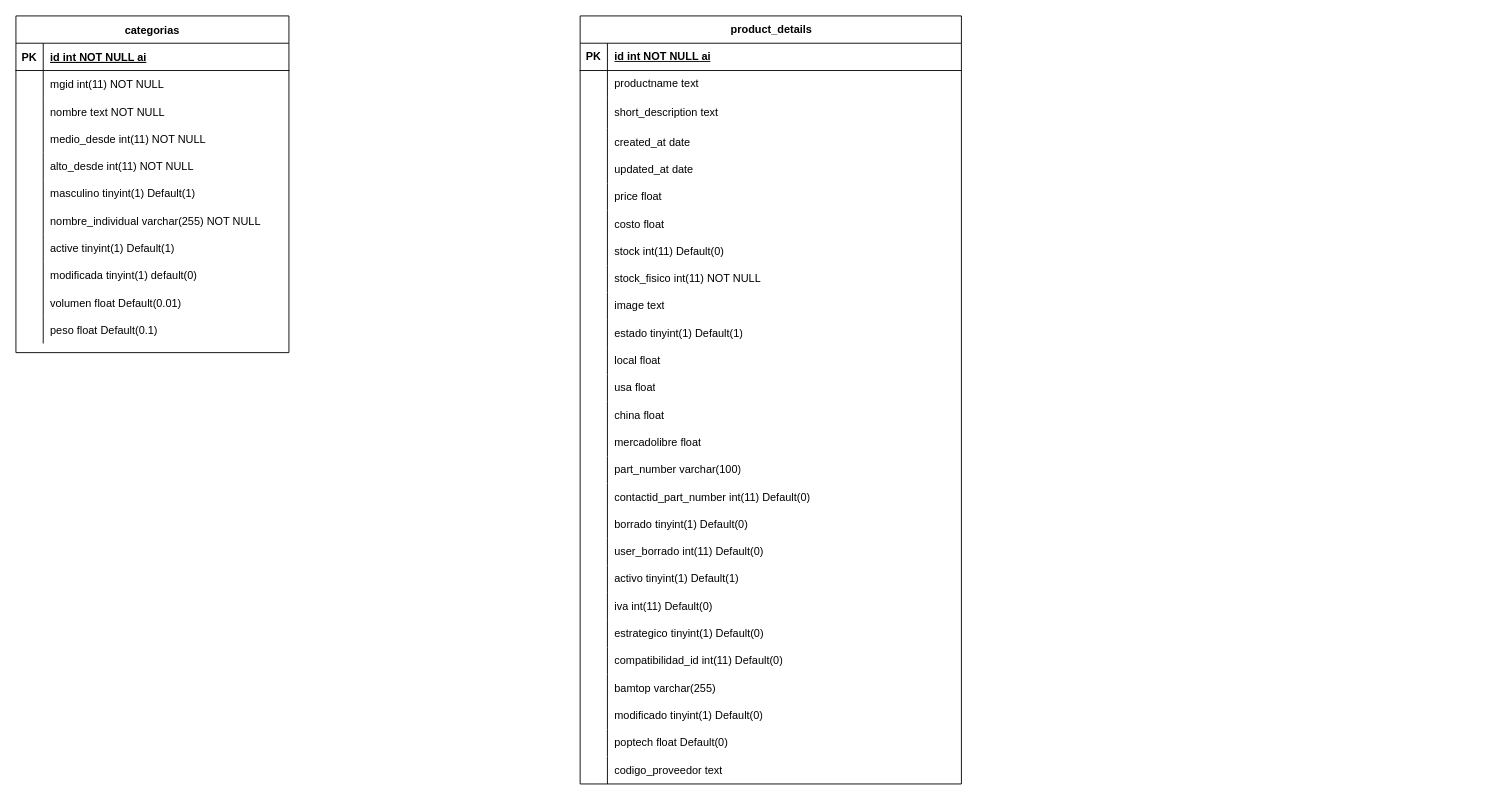
Earlier version of the draw.io diagram poptech.drawio (DarioEB/diagramas). Source tidied: cells renumbered, new cells numbered last; positions are measured from the earlier drawing's top-left corner, leaving out a move shared by most shapes. Both pictures are drawn from the tidied source at 91%, with x=0, y=0 at pixel (15, 15).
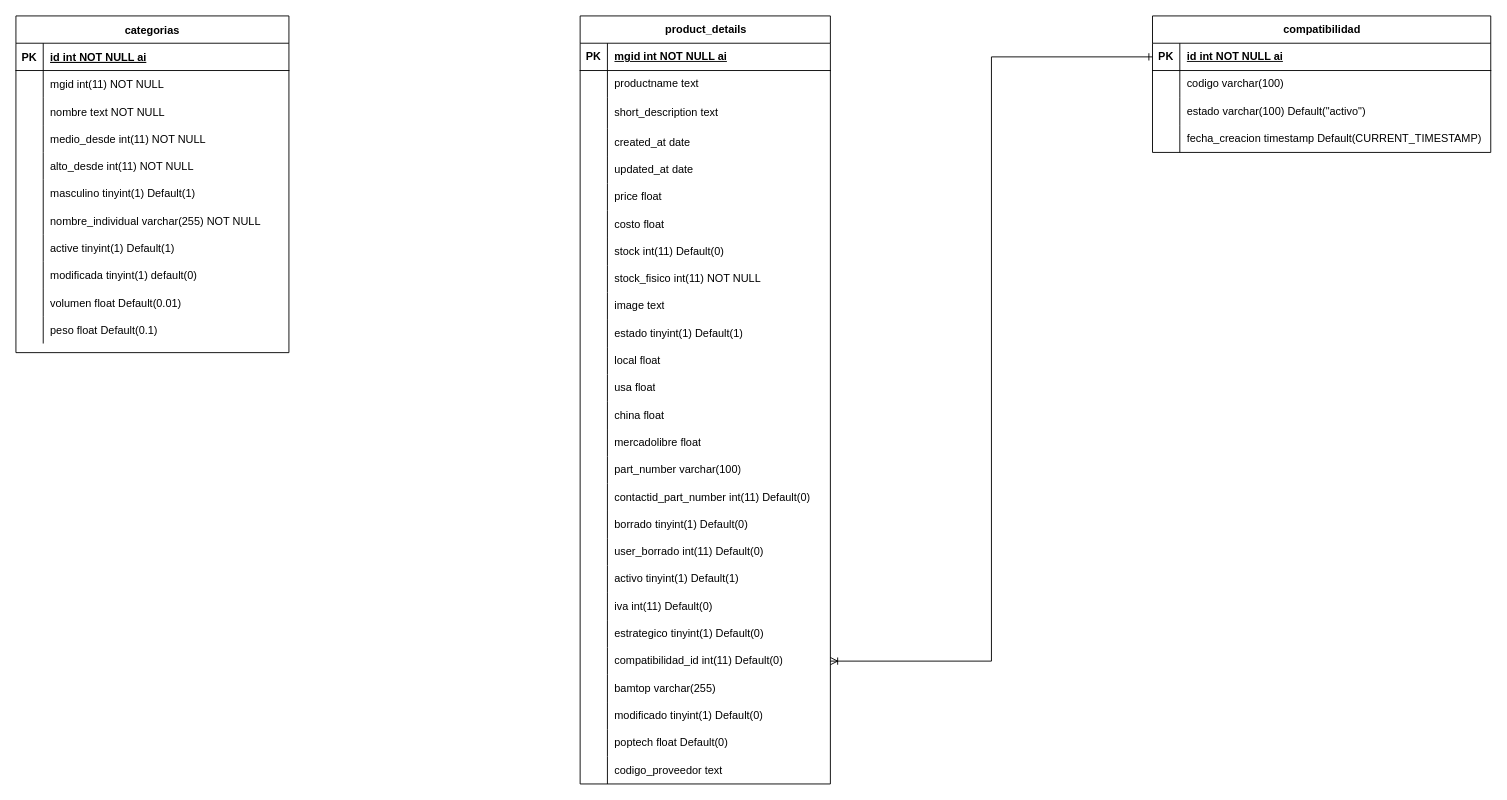
The same page after the edit.

What changed in the source:
```diff
@@
     <mxCell id="36" value="product_details" style="shape=table;startSize=30;childLayout=tableLayout;rowLines=0;fontStyle=1;align=center;html=1;" parent="1" vertex="1">
-      <mxGeometry x="620" width="419" height="844" as="geometry" />
+      <mxGeometry x="620" width="275" height="844" as="geometry" />
     </mxCell>
     <mxCell id="37" style="shape=tableRow;horizontal=0;startSize=0;swimlaneHead=0;swimlaneBody=0;fillColor=none;top=0;left=0;right=0;bottom=1;" parent="36" vertex="1">
-      <mxGeometry y="30" width="419" height="30" as="geometry" />
+      <mxGeometry y="30" width="275" height="30" as="geometry" />
     </mxCell>
@@
-    <mxCell id="39" value="id int NOT NULL ai" style="shape=partialRectangle;fillColor=none;top=0;left=0;bottom=0;right=0;align=left;spacingLeft=6;fontStyle=5;overflow=hidden;whiteSpace=wrap;html=1;" parent="37" vertex="1">
-      <mxGeometry x="30" width="389" height="30" as="geometry" />
+    <mxCell id="39" value="mgid int NOT NULL ai" style="shape=partialRectangle;fillColor=none;top=0;left=0;bottom=0;right=0;align=left;spacingLeft=6;fontStyle=5;overflow=hidden;whiteSpace=wrap;html=1;" parent="37" vertex="1">
+      <mxGeometry x="30" width="245" height="30" as="geometry" />
     </mxCell>
     <mxCell id="40" style="shape=tableRow;horizontal=0;startSize=0;swimlaneHead=0;swimlaneBody=0;fillColor=none;top=0;left=0;right=0;bottom=0;" parent="36" vertex="1">
-      <mxGeometry y="60" width="419" height="30" as="geometry" />
+      <mxGeometry y="60" width="275" height="30" as="geometry" />
     </mxCell>
@@
     <mxCell id="42" value="productname text" style="shape=partialRectangle;fillColor=none;top=0;left=0;bottom=0;right=0;align=left;spacingLeft=6;overflow=hidden;whiteSpace=wrap;html=1;" parent="40" vertex="1">
-      <mxGeometry x="30" width="389" height="30" as="geometry" />
+      <mxGeometry x="30" width="245" height="30" as="geometry" />
     </mxCell>
     <mxCell id="43" style="shape=tableRow;horizontal=0;startSize=0;swimlaneHead=0;swimlaneBody=0;fillColor=none;top=0;left=0;right=0;bottom=0;" parent="36" vertex="1">
-      <mxGeometry y="90" width="419" height="34" as="geometry" />
+      <mxGeometry y="90" width="275" height="34" as="geometry" />
     </mxCell>
@@
     <mxCell id="45" value="short_description text" style="shape=partialRectangle;fillColor=none;top=0;left=0;bottom=0;right=0;align=left;spacingLeft=6;overflow=hidden;whiteSpace=wrap;html=1;" parent="43" vertex="1">
-      <mxGeometry x="30" width="389" height="34" as="geometry" />
+      <mxGeometry x="30" width="245" height="34" as="geometry" />
     </mxCell>
     <mxCell id="46" style="shape=tableRow;horizontal=0;startSize=0;swimlaneHead=0;swimlaneBody=0;fillColor=none;top=0;left=0;right=0;bottom=0;" parent="36" vertex="1">
-      <mxGeometry y="124" width="419" height="30" as="geometry" />
+      <mxGeometry y="124" width="275" height="30" as="geometry" />
     </mxCell>
@@
     <mxCell id="48" value="created_at date&amp;nbsp;" style="shape=partialRectangle;fillColor=none;top=0;left=0;bottom=0;right=0;align=left;spacingLeft=6;overflow=hidden;whiteSpace=wrap;html=1;" parent="46" vertex="1">
-      <mxGeometry x="30" width="389" height="30" as="geometry" />
+      <mxGeometry x="30" width="245" height="30" as="geometry" />
     </mxCell>
     <mxCell id="49" style="shape=tableRow;horizontal=0;startSize=0;swimlaneHead=0;swimlaneBody=0;fillColor=none;top=0;left=0;right=0;bottom=0;" parent="36" vertex="1">
-      <mxGeometry y="154" width="419" height="30" as="geometry" />
+      <mxGeometry y="154" width="275" height="30" as="geometry" />
     </mxCell>
@@
     <mxCell id="51" value="updated_at date&amp;nbsp;" style="shape=partialRectangle;fillColor=none;top=0;left=0;bottom=0;right=0;align=left;spacingLeft=6;overflow=hidden;whiteSpace=wrap;html=1;" parent="49" vertex="1">
-      <mxGeometry x="30" width="389" height="30" as="geometry" />
+      <mxGeometry x="30" width="245" height="30" as="geometry" />
     </mxCell>
     <mxCell id="52" style="shape=tableRow;horizontal=0;startSize=0;swimlaneHead=0;swimlaneBody=0;fillColor=none;top=0;left=0;right=0;bottom=0;" parent="36" vertex="1">
-      <mxGeometry y="184" width="419" height="30" as="geometry" />
+      <mxGeometry y="184" width="275" height="30" as="geometry" />
     </mxCell>
@@
     <mxCell id="54" value="price float&amp;nbsp;" style="shape=partialRectangle;fillColor=none;top=0;left=0;bottom=0;right=0;align=left;spacingLeft=6;overflow=hidden;whiteSpace=wrap;html=1;" parent="52" vertex="1">
-      <mxGeometry x="30" width="389" height="30" as="geometry" />
+      <mxGeometry x="30" width="245" height="30" as="geometry" />
     </mxCell>
     <mxCell id="55" style="shape=tableRow;horizontal=0;startSize=0;swimlaneHead=0;swimlaneBody=0;fillColor=none;top=0;left=0;right=0;bottom=0;" parent="36" vertex="1">
-      <mxGeometry y="214" width="419" height="30" as="geometry" />
+      <mxGeometry y="214" width="275" height="30" as="geometry" />
     </mxCell>
@@
     <mxCell id="57" value="costo float" style="shape=partialRectangle;fillColor=none;top=0;left=0;bottom=0;right=0;align=left;spacingLeft=6;overflow=hidden;whiteSpace=wrap;html=1;" parent="55" vertex="1">
-      <mxGeometry x="30" width="389" height="30" as="geometry" />
+      <mxGeometry x="30" width="245" height="30" as="geometry" />
     </mxCell>
     <mxCell id="58" style="shape=tableRow;horizontal=0;startSize=0;swimlaneHead=0;swimlaneBody=0;fillColor=none;top=0;left=0;right=0;bottom=0;" parent="36" vertex="1">
-      <mxGeometry y="244" width="419" height="30" as="geometry" />
+      <mxGeometry y="244" width="275" height="30" as="geometry" />
     </mxCell>
@@
     <mxCell id="60" value="stock int(11) Default(0)" style="shape=partialRectangle;fillColor=none;top=0;left=0;bottom=0;right=0;align=left;spacingLeft=6;overflow=hidden;whiteSpace=wrap;html=1;" parent="58" vertex="1">
-      <mxGeometry x="30" width="389" height="30" as="geometry" />
+      <mxGeometry x="30" width="245" height="30" as="geometry" />
     </mxCell>
     <mxCell id="61" style="shape=tableRow;horizontal=0;startSize=0;swimlaneHead=0;swimlaneBody=0;fillColor=none;top=0;left=0;right=0;bottom=0;" parent="36" vertex="1">
-      <mxGeometry y="274" width="419" height="30" as="geometry" />
+      <mxGeometry y="274" width="275" height="30" as="geometry" />
     </mxCell>
@@
     <mxCell id="63" value="stock_fisico int(11) NOT NULL" style="shape=partialRectangle;fillColor=none;top=0;left=0;bottom=0;right=0;align=left;spacingLeft=6;overflow=hidden;whiteSpace=wrap;html=1;" parent="61" vertex="1">
-      <mxGeometry x="30" width="389" height="30" as="geometry" />
+      <mxGeometry x="30" width="245" height="30" as="geometry" />
     </mxCell>
     <mxCell id="64" style="shape=tableRow;horizontal=0;startSize=0;swimlaneHead=0;swimlaneBody=0;fillColor=none;top=0;left=0;right=0;bottom=0;" parent="36" vertex="1">
-      <mxGeometry y="304" width="419" height="30" as="geometry" />
+      <mxGeometry y="304" width="275" height="30" as="geometry" />
     </mxCell>
@@
     <mxCell id="66" value="image text" style="shape=partialRectangle;fillColor=none;top=0;left=0;bottom=0;right=0;align=left;spacingLeft=6;overflow=hidden;whiteSpace=wrap;html=1;" parent="64" vertex="1">
-      <mxGeometry x="30" width="389" height="30" as="geometry" />
+      <mxGeometry x="30" width="245" height="30" as="geometry" />
     </mxCell>
     <mxCell id="67" style="shape=tableRow;horizontal=0;startSize=0;swimlaneHead=0;swimlaneBody=0;fillColor=none;top=0;left=0;right=0;bottom=0;" parent="36" vertex="1">
-      <mxGeometry y="334" width="419" height="30" as="geometry" />
+      <mxGeometry y="334" width="275" height="30" as="geometry" />
     </mxCell>
@@
     <mxCell id="69" value="estado tinyint(1) Default(1)" style="shape=partialRectangle;fillColor=none;top=0;left=0;bottom=0;right=0;align=left;spacingLeft=6;overflow=hidden;whiteSpace=wrap;html=1;" parent="67" vertex="1">
-      <mxGeometry x="30" width="389" height="30" as="geometry" />
+      <mxGeometry x="30" width="245" height="30" as="geometry" />
     </mxCell>
     <mxCell id="70" style="shape=tableRow;horizontal=0;startSize=0;swimlaneHead=0;swimlaneBody=0;fillColor=none;top=0;left=0;right=0;bottom=0;" parent="36" vertex="1">
-      <mxGeometry y="364" width="419" height="30" as="geometry" />
+      <mxGeometry y="364" width="275" height="30" as="geometry" />
     </mxCell>
@@
     <mxCell id="72" value="local float" style="shape=partialRectangle;fillColor=none;top=0;left=0;bottom=0;right=0;align=left;spacingLeft=6;overflow=hidden;whiteSpace=wrap;html=1;" parent="70" vertex="1">
-      <mxGeometry x="30" width="389" height="30" as="geometry" />
+      <mxGeometry x="30" width="245" height="30" as="geometry" />
     </mxCell>
     <mxCell id="73" style="shape=tableRow;horizontal=0;startSize=0;swimlaneHead=0;swimlaneBody=0;fillColor=none;top=0;left=0;right=0;bottom=0;" parent="36" vertex="1">
-      <mxGeometry y="394" width="419" height="30" as="geometry" />
+      <mxGeometry y="394" width="275" height="30" as="geometry" />
     </mxCell>
@@
     <mxCell id="75" value="usa float" style="shape=partialRectangle;fillColor=none;top=0;left=0;bottom=0;right=0;align=left;spacingLeft=6;overflow=hidden;whiteSpace=wrap;html=1;" parent="73" vertex="1">
-      <mxGeometry x="30" width="389" height="30" as="geometry" />
+      <mxGeometry x="30" width="245" height="30" as="geometry" />
     </mxCell>
     <mxCell id="76" style="shape=tableRow;horizontal=0;startSize=0;swimlaneHead=0;swimlaneBody=0;fillColor=none;top=0;left=0;right=0;bottom=0;" parent="36" vertex="1">
-      <mxGeometry y="424" width="419" height="30" as="geometry" />
+      <mxGeometry y="424" width="275" height="30" as="geometry" />
     </mxCell>
@@
     <mxCell id="78" value="china float" style="shape=partialRectangle;fillColor=none;top=0;left=0;bottom=0;right=0;align=left;spacingLeft=6;overflow=hidden;whiteSpace=wrap;html=1;" parent="76" vertex="1">
-      <mxGeometry x="30" width="389" height="30" as="geometry" />
+      <mxGeometry x="30" width="245" height="30" as="geometry" />
     </mxCell>
     <mxCell id="79" style="shape=tableRow;horizontal=0;startSize=0;swimlaneHead=0;swimlaneBody=0;fillColor=none;top=0;left=0;right=0;bottom=0;" parent="36" vertex="1">
-      <mxGeometry y="454" width="419" height="30" as="geometry" />
+      <mxGeometry y="454" width="275" height="30" as="geometry" />
     </mxCell>
@@
     <mxCell id="81" value="mercadolibre float" style="shape=partialRectangle;fillColor=none;top=0;left=0;bottom=0;right=0;align=left;spacingLeft=6;overflow=hidden;whiteSpace=wrap;html=1;" parent="79" vertex="1">
-      <mxGeometry x="30" width="389" height="30" as="geometry" />
+      <mxGeometry x="30" width="245" height="30" as="geometry" />
     </mxCell>
     <mxCell id="82" style="shape=tableRow;horizontal=0;startSize=0;swimlaneHead=0;swimlaneBody=0;fillColor=none;top=0;left=0;right=0;bottom=0;" parent="36" vertex="1">
-      <mxGeometry y="484" width="419" height="30" as="geometry" />
+      <mxGeometry y="484" width="275" height="30" as="geometry" />
     </mxCell>
@@
     <mxCell id="84" value="part_number varchar(100)" style="shape=partialRectangle;fillColor=none;top=0;left=0;bottom=0;right=0;align=left;spacingLeft=6;overflow=hidden;whiteSpace=wrap;html=1;" parent="82" vertex="1">
-      <mxGeometry x="30" width="389" height="30" as="geometry" />
+      <mxGeometry x="30" width="245" height="30" as="geometry" />
     </mxCell>
     <mxCell id="85" style="shape=tableRow;horizontal=0;startSize=0;swimlaneHead=0;swimlaneBody=0;fillColor=none;top=0;left=0;right=0;bottom=0;" parent="36" vertex="1">
-      <mxGeometry y="514" width="419" height="30" as="geometry" />
+      <mxGeometry y="514" width="275" height="30" as="geometry" />
     </mxCell>
@@
     <mxCell id="87" value="contactid_part_number int(11) Default(0)" style="shape=partialRectangle;fillColor=none;top=0;left=0;bottom=0;right=0;align=left;spacingLeft=6;overflow=hidden;whiteSpace=wrap;html=1;" parent="85" vertex="1">
-      <mxGeometry x="30" width="389" height="30" as="geometry" />
+      <mxGeometry x="30" width="245" height="30" as="geometry" />
     </mxCell>
     <mxCell id="88" style="shape=tableRow;horizontal=0;startSize=0;swimlaneHead=0;swimlaneBody=0;fillColor=none;top=0;left=0;right=0;bottom=0;" parent="36" vertex="1">
-      <mxGeometry y="544" width="419" height="30" as="geometry" />
+      <mxGeometry y="544" width="275" height="30" as="geometry" />
     </mxCell>
@@
     <mxCell id="90" value="borrado tinyint(1) Default(0)" style="shape=partialRectangle;fillColor=none;top=0;left=0;bottom=0;right=0;align=left;spacingLeft=6;overflow=hidden;whiteSpace=wrap;html=1;" parent="88" vertex="1">
-      <mxGeometry x="30" width="389" height="30" as="geometry" />
+      <mxGeometry x="30" width="245" height="30" as="geometry" />
     </mxCell>
     <mxCell id="91" style="shape=tableRow;horizontal=0;startSize=0;swimlaneHead=0;swimlaneBody=0;fillColor=none;top=0;left=0;right=0;bottom=0;" parent="36" vertex="1">
-      <mxGeometry y="574" width="419" height="30" as="geometry" />
+      <mxGeometry y="574" width="275" height="30" as="geometry" />
     </mxCell>
@@
     <mxCell id="93" value="user_borrado int(11) Default(0)" style="shape=partialRectangle;fillColor=none;top=0;left=0;bottom=0;right=0;align=left;spacingLeft=6;overflow=hidden;whiteSpace=wrap;html=1;" parent="91" vertex="1">
-      <mxGeometry x="30" width="389" height="30" as="geometry" />
+      <mxGeometry x="30" width="245" height="30" as="geometry" />
     </mxCell>
     <mxCell id="94" style="shape=tableRow;horizontal=0;startSize=0;swimlaneHead=0;swimlaneBody=0;fillColor=none;top=0;left=0;right=0;bottom=0;" parent="36" vertex="1">
-      <mxGeometry y="604" width="419" height="30" as="geometry" />
+      <mxGeometry y="604" width="275" height="30" as="geometry" />
     </mxCell>
@@
     <mxCell id="96" value="activo tinyint(1) Default(1)" style="shape=partialRectangle;fillColor=none;top=0;left=0;bottom=0;right=0;align=left;spacingLeft=6;overflow=hidden;whiteSpace=wrap;html=1;" parent="94" vertex="1">
-      <mxGeometry x="30" width="389" height="30" as="geometry" />
+      <mxGeometry x="30" width="245" height="30" as="geometry" />
     </mxCell>
     <mxCell id="97" style="shape=tableRow;horizontal=0;startSize=0;swimlaneHead=0;swimlaneBody=0;fillColor=none;top=0;left=0;right=0;bottom=0;" parent="36" vertex="1">
-      <mxGeometry y="634" width="419" height="30" as="geometry" />
+      <mxGeometry y="634" width="275" height="30" as="geometry" />
     </mxCell>
@@
     <mxCell id="99" value="iva int(11) Default(0)" style="shape=partialRectangle;fillColor=none;top=0;left=0;bottom=0;right=0;align=left;spacingLeft=6;overflow=hidden;whiteSpace=wrap;html=1;" parent="97" vertex="1">
-      <mxGeometry x="30" width="389" height="30" as="geometry" />
+      <mxGeometry x="30" width="245" height="30" as="geometry" />
     </mxCell>
     <mxCell id="100" style="shape=tableRow;horizontal=0;startSize=0;swimlaneHead=0;swimlaneBody=0;fillColor=none;top=0;left=0;right=0;bottom=0;" parent="36" vertex="1">
-      <mxGeometry y="664" width="419" height="30" as="geometry" />
+      <mxGeometry y="664" width="275" height="30" as="geometry" />
     </mxCell>
@@
     <mxCell id="102" value="estrategico tinyint(1) Default(0)" style="shape=partialRectangle;fillColor=none;top=0;left=0;bottom=0;right=0;align=left;spacingLeft=6;overflow=hidden;whiteSpace=wrap;html=1;" parent="100" vertex="1">
-      <mxGeometry x="30" width="389" height="30" as="geometry" />
+      <mxGeometry x="30" width="245" height="30" as="geometry" />
     </mxCell>
     <mxCell id="103" style="shape=tableRow;horizontal=0;startSize=0;swimlaneHead=0;swimlaneBody=0;fillColor=none;points=[[0,0.5],[1,0.5]];portConstraint=eastwest;top=0;left=0;right=0;bottom=0;" parent="36" vertex="1">
-      <mxGeometry y="694" width="419" height="30" as="geometry" />
+      <mxGeometry y="694" width="275" height="30" as="geometry" />
     </mxCell>
@@
     <mxCell id="105" value="compatibilidad_id int(11) Default(0)" style="shape=partialRectangle;fillColor=none;top=0;left=0;bottom=0;right=0;align=left;spacingLeft=6;overflow=hidden;whiteSpace=wrap;html=1;" parent="103" vertex="1">
-      <mxGeometry x="30" width="389" height="30" as="geometry" />
+      <mxGeometry x="30" width="245" height="30" as="geometry" />
     </mxCell>
     <mxCell id="106" style="shape=tableRow;horizontal=0;startSize=0;swimlaneHead=0;swimlaneBody=0;fillColor=none;top=0;left=0;right=0;bottom=0;" parent="36" vertex="1">
-      <mxGeometry y="724" width="419" height="30" as="geometry" />
+      <mxGeometry y="724" width="275" height="30" as="geometry" />
     </mxCell>
@@
     <mxCell id="108" value="bamtop varchar(255)" style="shape=partialRectangle;fillColor=none;top=0;left=0;bottom=0;right=0;align=left;spacingLeft=6;overflow=hidden;whiteSpace=wrap;html=1;" parent="106" vertex="1">
-      <mxGeometry x="30" width="389" height="30" as="geometry" />
+      <mxGeometry x="30" width="245" height="30" as="geometry" />
     </mxCell>
     <mxCell id="109" style="shape=tableRow;horizontal=0;startSize=0;swimlaneHead=0;swimlaneBody=0;fillColor=none;top=0;left=0;right=0;bottom=0;" parent="36" vertex="1">
-      <mxGeometry y="754" width="419" height="30" as="geometry" />
+      <mxGeometry y="754" width="275" height="30" as="geometry" />
     </mxCell>
@@
     <mxCell id="111" value="modificado tinyint(1) Default(0)" style="shape=partialRectangle;fillColor=none;top=0;left=0;bottom=0;right=0;align=left;spacingLeft=6;overflow=hidden;whiteSpace=wrap;html=1;" parent="109" vertex="1">
-      <mxGeometry x="30" width="389" height="30" as="geometry" />
+      <mxGeometry x="30" width="245" height="30" as="geometry" />
     </mxCell>
     <mxCell id="112" style="shape=tableRow;horizontal=0;startSize=0;swimlaneHead=0;swimlaneBody=0;fillColor=none;top=0;left=0;right=0;bottom=0;" parent="36" vertex="1">
-      <mxGeometry y="784" width="419" height="30" as="geometry" />
+      <mxGeometry y="784" width="275" height="30" as="geometry" />
     </mxCell>
@@
     <mxCell id="114" value="poptech float Default(0)" style="shape=partialRectangle;fillColor=none;top=0;left=0;bottom=0;right=0;align=left;spacingLeft=6;overflow=hidden;whiteSpace=wrap;html=1;" parent="112" vertex="1">
-      <mxGeometry x="30" width="389" height="30" as="geometry" />
+      <mxGeometry x="30" width="245" height="30" as="geometry" />
     </mxCell>
     <mxCell id="115" style="shape=tableRow;horizontal=0;startSize=0;swimlaneHead=0;swimlaneBody=0;fillColor=none;top=0;left=0;right=0;bottom=0;" parent="36" vertex="1">
-      <mxGeometry y="814" width="419" height="30" as="geometry" />
+      <mxGeometry y="814" width="275" height="30" as="geometry" />
     </mxCell>
@@
     <mxCell id="117" value="codigo_proveedor text" style="shape=partialRectangle;fillColor=none;top=0;left=0;bottom=0;right=0;align=left;spacingLeft=6;overflow=hidden;whiteSpace=wrap;html=1;" parent="115" vertex="1">
-      <mxGeometry x="30" width="389" height="30" as="geometry" />
+      <mxGeometry x="30" width="245" height="30" as="geometry" />
     </mxCell>
+    <mxCell id="118" value="compatibilidad" style="shape=table;startSize=30;childLayout=tableLayout;rowLines=0;fontStyle=1;align=center;html=1;" parent="1" vertex="1">
+      <mxGeometry x="1249" width="371.7" height="150" as="geometry" />
+    </mxCell>
+    <mxCell id="119" style="shape=tableRow;horizontal=0;startSize=0;swimlaneHead=0;swimlaneBody=0;fillColor=none;points=[[0,0.5],[1,0.5]];portConstraint=eastwest;top=0;left=0;right=0;bottom=1;" parent="118" vertex="1">
+      <mxGeometry y="30" width="371.7" height="30" as="geometry" />
+    </mxCell>
+    <mxCell id="120" value="PK" style="shape=partialRectangle;fillColor=none;top=0;left=0;bottom=0;right=0;fontStyle=1;overflow=hidden;whiteSpace=wrap;html=1;" parent="119" vertex="1">
+      <mxGeometry width="30" height="30" as="geometry" />
+    </mxCell>
+    <mxCell id="121" value="id int NOT NULL ai" style="shape=partialRectangle;fillColor=none;top=0;left=0;bottom=0;right=0;align=left;spacingLeft=6;fontStyle=5;overflow=hidden;whiteSpace=wrap;html=1;" parent="119" vertex="1">
+      <mxGeometry x="30" width="341.7" height="30" as="geometry" />
+    </mxCell>
+    <mxCell id="122" style="shape=tableRow;horizontal=0;startSize=0;swimlaneHead=0;swimlaneBody=0;fillColor=none;top=0;left=0;right=0;bottom=0;" parent="118" vertex="1">
+      <mxGeometry y="60" width="371.7" height="30" as="geometry" />
+    </mxCell>
+    <mxCell id="123" style="shape=partialRectangle;fillColor=none;top=0;left=0;bottom=0;right=0;overflow=hidden;whiteSpace=wrap;html=1;" parent="122" vertex="1">
+      <mxGeometry width="30" height="30" as="geometry" />
+    </mxCell>
+    <mxCell id="124" value="codigo varchar(100)" style="shape=partialRectangle;fillColor=none;top=0;left=0;bottom=0;right=0;align=left;spacingLeft=6;overflow=hidden;whiteSpace=wrap;html=1;" parent="122" vertex="1">
+      <mxGeometry x="30" width="341.7" height="30" as="geometry" />
+    </mxCell>
+    <mxCell id="125" style="shape=tableRow;horizontal=0;startSize=0;swimlaneHead=0;swimlaneBody=0;fillColor=none;top=0;left=0;right=0;bottom=0;" parent="118" vertex="1">
+      <mxGeometry y="90" width="371.7" height="30" as="geometry" />
+    </mxCell>
+    <mxCell id="126" style="shape=partialRectangle;fillColor=none;top=0;left=0;bottom=0;right=0;overflow=hidden;whiteSpace=wrap;html=1;" parent="125" vertex="1">
+      <mxGeometry width="30" height="30" as="geometry" />
+    </mxCell>
+    <mxCell id="127" value="estado varchar(100) Default(&quot;activo&quot;)" style="shape=partialRectangle;fillColor=none;top=0;left=0;bottom=0;right=0;align=left;spacingLeft=6;overflow=hidden;whiteSpace=wrap;html=1;" parent="125" vertex="1">
+      <mxGeometry x="30" width="341.7" height="30" as="geometry" />
+    </mxCell>
+    <mxCell id="128" style="shape=tableRow;horizontal=0;startSize=0;swimlaneHead=0;swimlaneBody=0;fillColor=none;top=0;left=0;right=0;bottom=0;" parent="118" vertex="1">
+      <mxGeometry y="120" width="371.7" height="30" as="geometry" />
+    </mxCell>
+    <mxCell id="129" style="shape=partialRectangle;fillColor=none;top=0;left=0;bottom=0;right=0;overflow=hidden;whiteSpace=wrap;html=1;" parent="128" vertex="1">
+      <mxGeometry width="30" height="30" as="geometry" />
+    </mxCell>
+    <mxCell id="130" value="fecha_creacion timestamp Default(CURRENT_TIMESTAMP)" style="shape=partialRectangle;fillColor=none;top=0;left=0;bottom=0;right=0;align=left;spacingLeft=6;overflow=hidden;whiteSpace=wrap;html=1;" parent="128" vertex="1">
+      <mxGeometry x="30" width="341.7" height="30" as="geometry" />
+    </mxCell>
+    <mxCell id="131" style="edgeStyle=orthogonalEdgeStyle;rounded=0;jettySize=auto;html=1;exitX=0;exitY=0.5;exitDx=0;exitDy=0;endArrow=ERoneToMany;endFill=0;startArrow=ERone;startFill=0;" parent="1" edge="1" source="119" target="103">
+      <mxGeometry relative="1" as="geometry" />
+    </mxCell>
```
